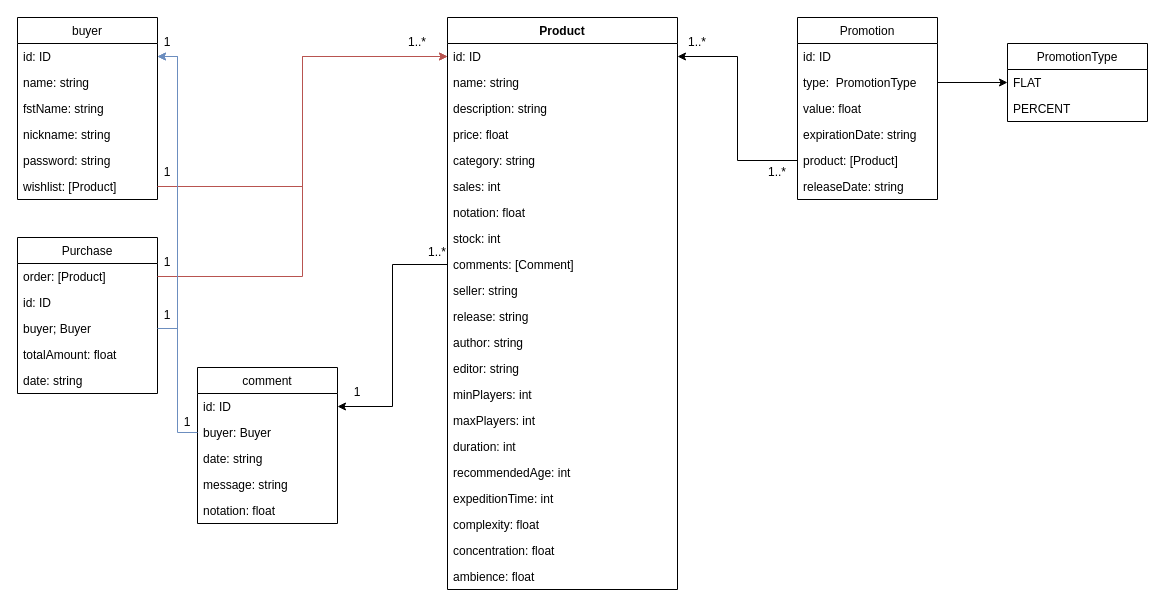
This is structure.drawio from FC-Dijkstra/mongogames_SGD, a draw.io file, before an edit. Source tidied: cells renumbered, new cells numbered last; positions are measured from the earlier drawing's top-left corner, leaving out a move shared by most shapes. Both pictures are drawn from the tidied source at 100%, with x=0, y=0 at pixel (17, 17).
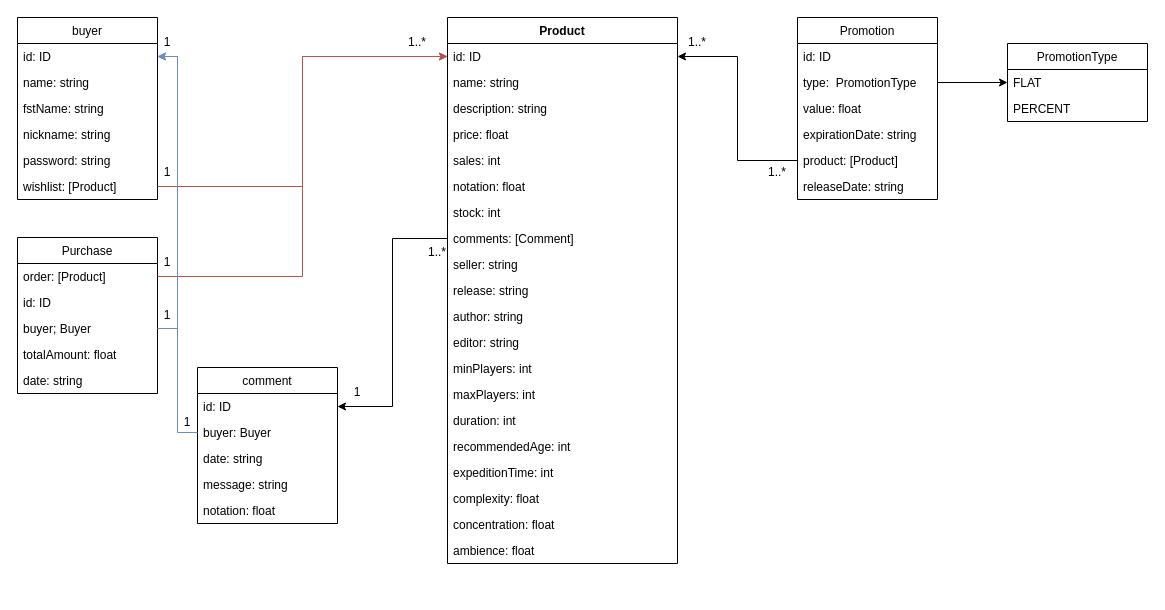
Above is the later version.

Diff of the diagram source:
```diff
@@
     <mxCell id="2" value="Product" style="swimlane;fontStyle=1;align=center;verticalAlign=top;horizontal=1;startSize=26;" parent="1" vertex="1">
-      <mxGeometry x="430" width="230" height="572" as="geometry" />
+      <mxGeometry x="430" width="230" height="546" as="geometry" />
     </mxCell>
@@
-    <mxCell id="7" value="category: string" style="text;strokeColor=none;fillColor=none;align=left;verticalAlign=top;spacingLeft=4;spacingRight=4;overflow=hidden;" parent="2" vertex="1">
-      <mxGeometry y="130" width="230" height="26" as="geometry" />
-    </mxCell>
     <mxCell id="8" value="sales: int" style="text;strokeColor=none;fillColor=none;align=left;verticalAlign=top;spacingLeft=4;spacingRight=4;overflow=hidden;" parent="2" vertex="1">
-      <mxGeometry y="156" width="230" height="26" as="geometry" />
+      <mxGeometry y="130" width="230" height="26" as="geometry" />
     </mxCell>
     <mxCell id="9" value="notation: float" style="text;strokeColor=none;fillColor=none;align=left;verticalAlign=top;spacingLeft=4;spacingRight=4;overflow=hidden;" parent="2" vertex="1">
-      <mxGeometry y="182" width="230" height="26" as="geometry" />
+      <mxGeometry y="156" width="230" height="26" as="geometry" />
     </mxCell>
     <mxCell id="10" value="stock: int" style="text;strokeColor=none;fillColor=none;align=left;verticalAlign=top;spacingLeft=4;spacingRight=4;overflow=hidden;" parent="2" vertex="1">
-      <mxGeometry y="208" width="230" height="26" as="geometry" />
+      <mxGeometry y="182" width="230" height="26" as="geometry" />
     </mxCell>
     <mxCell id="11" value="comments: [Comment]" style="text;strokeColor=none;fillColor=none;align=left;verticalAlign=top;spacingLeft=4;spacingRight=4;overflow=hidden;points=[[0,0.5],[1,0.5]];portConstraint=eastwest;" parent="2" vertex="1">
-      <mxGeometry y="234" width="230" height="26" as="geometry" />
+      <mxGeometry y="208" width="230" height="26" as="geometry" />
     </mxCell>
     <mxCell id="12" value="seller: string" style="text;strokeColor=none;fillColor=none;align=left;verticalAlign=top;spacingLeft=4;spacingRight=4;overflow=hidden;" parent="2" vertex="1">
-      <mxGeometry y="260" width="230" height="26" as="geometry" />
+      <mxGeometry y="234" width="230" height="26" as="geometry" />
     </mxCell>
     <mxCell id="13" value="release: string" style="text;strokeColor=none;fillColor=none;align=left;verticalAlign=top;spacingLeft=4;spacingRight=4;overflow=hidden;" parent="2" vertex="1">
-      <mxGeometry y="286" width="230" height="26" as="geometry" />
+      <mxGeometry y="260" width="230" height="26" as="geometry" />
     </mxCell>
     <mxCell id="14" value="author: string" style="text;strokeColor=none;fillColor=none;align=left;verticalAlign=top;spacingLeft=4;spacingRight=4;overflow=hidden;" parent="2" vertex="1">
-      <mxGeometry y="312" width="230" height="26" as="geometry" />
+      <mxGeometry y="286" width="230" height="26" as="geometry" />
     </mxCell>
     <mxCell id="15" value="editor: string" style="text;strokeColor=none;fillColor=none;align=left;verticalAlign=top;spacingLeft=4;spacingRight=4;overflow=hidden;" parent="2" vertex="1">
-      <mxGeometry y="338" width="230" height="26" as="geometry" />
+      <mxGeometry y="312" width="230" height="26" as="geometry" />
     </mxCell>
     <mxCell id="16" value="minPlayers: int" style="text;strokeColor=none;fillColor=none;align=left;verticalAlign=top;spacingLeft=4;spacingRight=4;overflow=hidden;" parent="2" vertex="1">
-      <mxGeometry y="364" width="230" height="26" as="geometry" />
+      <mxGeometry y="338" width="230" height="26" as="geometry" />
     </mxCell>
     <mxCell id="17" value="maxPlayers: int" style="text;strokeColor=none;fillColor=none;align=left;verticalAlign=top;spacingLeft=4;spacingRight=4;overflow=hidden;" parent="2" vertex="1">
-      <mxGeometry y="390" width="230" height="26" as="geometry" />
+      <mxGeometry y="364" width="230" height="26" as="geometry" />
     </mxCell>
     <mxCell id="18" value="duration: int" style="text;strokeColor=none;fillColor=none;align=left;verticalAlign=top;spacingLeft=4;spacingRight=4;overflow=hidden;" parent="2" vertex="1">
-      <mxGeometry y="416" width="230" height="26" as="geometry" />
+      <mxGeometry y="390" width="230" height="26" as="geometry" />
     </mxCell>
     <mxCell id="19" value="recommendedAge: int" style="text;strokeColor=none;fillColor=none;align=left;verticalAlign=top;spacingLeft=4;spacingRight=4;overflow=hidden;" parent="2" vertex="1">
-      <mxGeometry y="442" width="230" height="26" as="geometry" />
+      <mxGeometry y="416" width="230" height="26" as="geometry" />
     </mxCell>
     <mxCell id="20" value="expeditionTime: int" style="text;strokeColor=none;fillColor=none;align=left;verticalAlign=top;spacingLeft=4;spacingRight=4;overflow=hidden;" parent="2" vertex="1">
-      <mxGeometry y="468" width="230" height="26" as="geometry" />
+      <mxGeometry y="442" width="230" height="26" as="geometry" />
     </mxCell>
     <mxCell id="21" value="complexity: float" style="text;strokeColor=none;fillColor=none;align=left;verticalAlign=top;spacingLeft=4;spacingRight=4;overflow=hidden;" parent="2" vertex="1">
-      <mxGeometry y="494" width="230" height="26" as="geometry" />
+      <mxGeometry y="468" width="230" height="26" as="geometry" />
     </mxCell>
     <mxCell id="22" value="concentration: float" style="text;strokeColor=none;fillColor=none;align=left;verticalAlign=top;spacingLeft=4;spacingRight=4;overflow=hidden;" parent="2" vertex="1">
-      <mxGeometry y="520" width="230" height="26" as="geometry" />
+      <mxGeometry y="494" width="230" height="26" as="geometry" />
     </mxCell>
     <mxCell id="23" value="ambience: float" style="text;strokeColor=none;fillColor=none;align=left;verticalAlign=top;spacingLeft=4;spacingRight=4;overflow=hidden;" parent="2" vertex="1">
-      <mxGeometry y="546" width="230" height="26" as="geometry" />
+      <mxGeometry y="520" width="230" height="26" as="geometry" />
     </mxCell>
```
